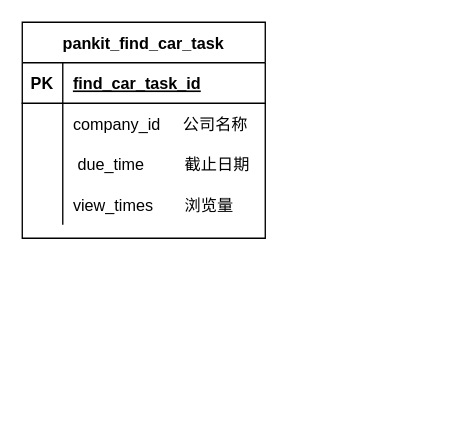
Above: 智享调车表设计.drawio in yangrenqing/yangrenqing (draw.io), before the change. Source tidied: cells renumbered, new cells numbered last; positions are measured from the earlier drawing's top-left corner, leaving out a move shared by most shapes. Both pictures are drawn from the tidied source at 135%, with x=0, y=0 at pixel (22, 22).
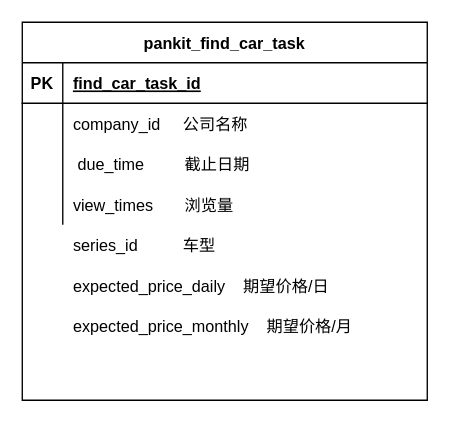
Above is the later version.

Commit message (it also covers changes not shown here):
Update 智享调车表设计.drawio

Diff of the diagram source:
```diff
@@
 <mxGraphModel>
   <root>
     <mxCell id="0" />
     <mxCell id="1" parent="0" />
     <mxCell id="2" value="pankit_find_car_task" style="shape=table;startSize=30;childLayout=tableLayout;rowLines=0;fontStyle=1;align=center;" parent="1" vertex="1">
-      <mxGeometry width="180" height="160" as="geometry" />
+      <mxGeometry width="300" height="280" as="geometry" />
     </mxCell>
     <mxCell id="3" style="shape=partialRectangle;fillColor=none;top=0;left=0;bottom=1;right=0;" parent="2" vertex="1">
-      <mxGeometry y="30" width="180" height="30" as="geometry" />
+      <mxGeometry y="30" width="300" height="30" as="geometry" />
     </mxCell>
     <mxCell id="4" value="PK" style="shape=partialRectangle;fillColor=none;top=0;left=0;bottom=0;right=0;fontStyle=1;overflow=hidden;" parent="3" vertex="1">
       <mxGeometry width="30" height="30" as="geometry" />
     </mxCell>
     <mxCell id="5" value="find_car_task_id" style="shape=partialRectangle;fillColor=none;top=0;left=0;bottom=0;right=0;align=left;spacingLeft=6;fontStyle=5;overflow=hidden;" parent="3" vertex="1">
-      <mxGeometry x="30" width="150" height="30" as="geometry" />
+      <mxGeometry x="30" width="270" height="30" as="geometry" />
     </mxCell>
     <mxCell id="6" style="shape=partialRectangle;fillColor=none;top=0;left=0;bottom=0;right=0;" parent="2" vertex="1">
-      <mxGeometry y="60" width="180" height="30" as="geometry" />
+      <mxGeometry y="60" width="300" height="30" as="geometry" />
     </mxCell>
     <mxCell id="7" style="shape=partialRectangle;fillColor=none;top=0;left=0;bottom=0;right=0;overflow=hidden;" parent="6" vertex="1">
       <mxGeometry width="30" height="30" as="geometry" />
     </mxCell>
     <mxCell id="8" value="company_id     公司名称" style="shape=partialRectangle;fillColor=none;top=0;left=0;bottom=0;right=0;align=left;spacingLeft=6;overflow=hidden;" parent="6" vertex="1">
-      <mxGeometry x="30" width="150" height="30" as="geometry" />
+      <mxGeometry x="30" width="270" height="30" as="geometry" />
     </mxCell>
     <mxCell id="9" style="shape=partialRectangle;fillColor=none;top=0;left=0;bottom=0;right=0;" parent="2" vertex="1">
-      <mxGeometry y="90" width="180" height="30" as="geometry" />
+      <mxGeometry y="90" width="300" height="30" as="geometry" />
     </mxCell>
     <mxCell id="10" style="shape=partialRectangle;fillColor=none;top=0;left=0;bottom=0;right=0;overflow=hidden;" parent="9" vertex="1">
       <mxGeometry width="30" height="30" as="geometry" />
     </mxCell>
     <mxCell id="11" value=" due_time         截止日期" style="shape=partialRectangle;fillColor=none;top=0;left=0;bottom=0;right=0;align=left;spacingLeft=6;overflow=hidden;" parent="9" vertex="1">
-      <mxGeometry x="30" width="150" height="30" as="geometry" />
+      <mxGeometry x="30" width="270" height="30" as="geometry" />
     </mxCell>
     <mxCell id="12" style="shape=partialRectangle;fillColor=none;top=0;left=0;bottom=0;right=0;" parent="2" vertex="1">
-      <mxGeometry y="120" width="180" height="30" as="geometry" />
+      <mxGeometry y="120" width="300" height="30" as="geometry" />
     </mxCell>
     <mxCell id="13" style="shape=partialRectangle;fillColor=none;top=0;left=0;bottom=0;right=0;overflow=hidden;" parent="12" vertex="1">
       <mxGeometry width="30" height="30" as="geometry" />
     </mxCell>
     <mxCell id="14" value="view_times       浏览量" style="shape=partialRectangle;fillColor=none;top=0;left=0;bottom=0;right=0;align=left;spacingLeft=6;overflow=hidden;" parent="12" vertex="1">
-      <mxGeometry x="30" width="150" height="30" as="geometry" />
+      <mxGeometry x="30" width="270" height="30" as="geometry" />
     </mxCell>
+    <mxCell id="15" value="series_id          车型" style="shape=partialRectangle;fillColor=none;top=0;left=0;bottom=0;right=0;align=left;spacingLeft=6;overflow=hidden;" parent="1" vertex="1">
+      <mxGeometry x="30" y="150" width="150" height="30" as="geometry" />
+    </mxCell>
+    <mxCell id="16" value="expected_price_daily    期望价格/日" style="shape=partialRectangle;fillColor=none;top=0;left=0;bottom=0;right=0;align=left;spacingLeft=6;overflow=hidden;" parent="1" vertex="1">
+      <mxGeometry x="30" y="180" width="210" height="30" as="geometry" />
+    </mxCell>
+    <mxCell id="17" value="expected_price_monthly    期望价格/月" style="shape=partialRectangle;fillColor=none;top=0;left=0;bottom=0;right=0;align=left;spacingLeft=6;overflow=hidden;" parent="1" vertex="1">
+      <mxGeometry x="30" y="210" width="220" height="30" as="geometry" />
+    </mxCell>
   </root>
 </mxGraphModel>
```
